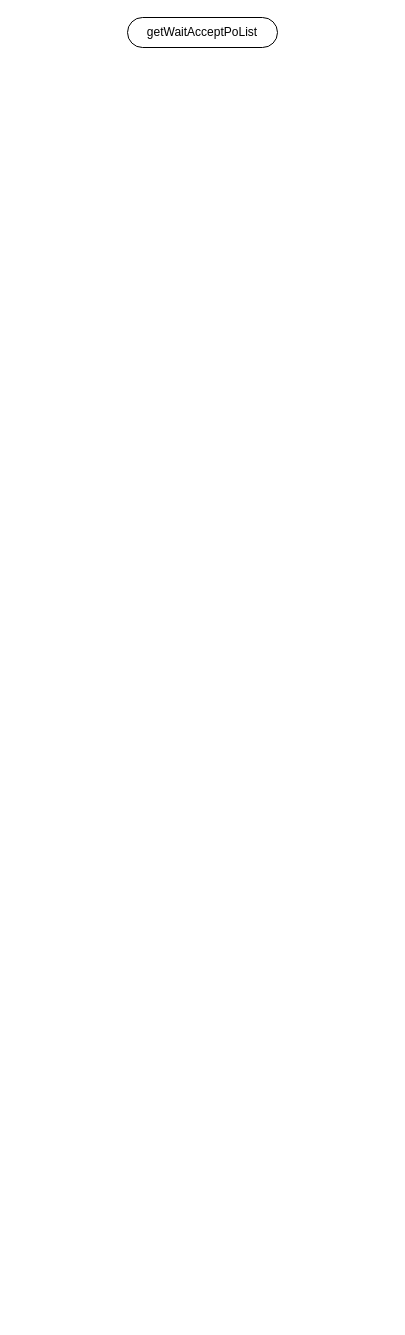
This is 待接单PO列表.drawio from yi2003/diagram, a draw.io file, before an edit. Source tidied: cells renumbered, new cells numbered last; positions are measured from the earlier drawing's top-left corner, leaving out a move shared by most shapes. Both pictures are drawn from the tidied source at 100%, with x=0, y=0 at pixel (127, 17).
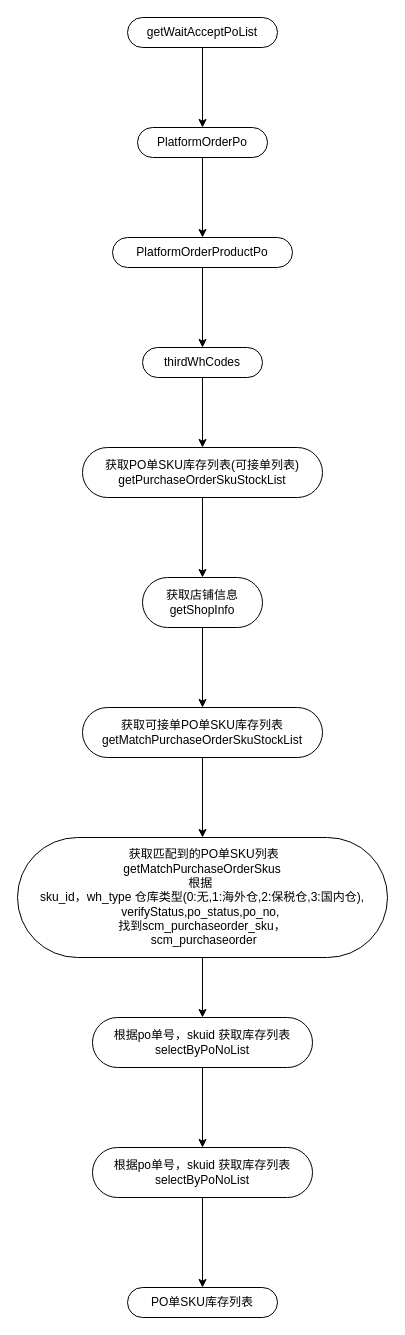
The same diagram, later.

Commit message:
Update 待接单PO列表.drawio

Unchanged cells that the change refers to:
```xml
<mxCell id="2" value="getWaitAcceptPoList" style="whiteSpace=wrap;html=1;rounded=1;arcSize=50;align=center;verticalAlign=middle;strokeWidth=1;spacing=4;newEdgeStyle={&quot;edgeStyle&quot;:&quot;entityRelationEdgeStyle&quot;,&quot;startArrow&quot;:&quot;none&quot;,&quot;endArrow&quot;:&quot;none&quot;,&quot;segment&quot;:10,&quot;curved&quot;:1};direction=west;" parent="1" vertex="1">
  <mxGeometry width="150" height="30" as="geometry" />
</mxCell>
```

Diff of the diagram source:
```diff
@@
+    <mxCell id="3" style="edgeStyle=orthogonalEdgeStyle;rounded=0;jettySize=auto;html=1;" parent="1" edge="1" source="2" target="5">
+      <mxGeometry relative="1" as="geometry" />
+    </mxCell>
@@
+    <mxCell id="4" style="edgeStyle=orthogonalEdgeStyle;rounded=0;jettySize=auto;html=1;" parent="1" edge="1" source="5" target="7">
+      <mxGeometry relative="1" as="geometry" />
+    </mxCell>
+    <mxCell id="5" value="PlatformOrderPo" style="whiteSpace=wrap;html=1;rounded=1;arcSize=50;align=center;verticalAlign=middle;strokeWidth=1;spacing=4;newEdgeStyle={&quot;edgeStyle&quot;:&quot;entityRelationEdgeStyle&quot;,&quot;startArrow&quot;:&quot;none&quot;,&quot;endArrow&quot;:&quot;none&quot;,&quot;segment&quot;:10,&quot;curved&quot;:1};direction=west;" parent="1" vertex="1">
+      <mxGeometry x="10" y="110" width="130" height="30" as="geometry" />
+    </mxCell>
+    <mxCell id="6" style="edgeStyle=orthogonalEdgeStyle;rounded=0;jettySize=auto;html=1;" parent="1" edge="1" source="7" target="9">
+      <mxGeometry relative="1" as="geometry" />
+    </mxCell>
+    <mxCell id="7" value="PlatformOrderProductPo" style="whiteSpace=wrap;html=1;rounded=1;arcSize=50;align=center;verticalAlign=middle;strokeWidth=1;spacing=4;newEdgeStyle={&quot;edgeStyle&quot;:&quot;entityRelationEdgeStyle&quot;,&quot;startArrow&quot;:&quot;none&quot;,&quot;endArrow&quot;:&quot;none&quot;,&quot;segment&quot;:10,&quot;curved&quot;:1};direction=west;" parent="1" vertex="1">
+      <mxGeometry x="-15" y="220" width="180" height="30" as="geometry" />
+    </mxCell>
+    <mxCell id="8" style="edgeStyle=orthogonalEdgeStyle;rounded=0;jettySize=auto;html=1;" parent="1" edge="1" source="9" target="11">
+      <mxGeometry relative="1" as="geometry" />
+    </mxCell>
+    <mxCell id="9" value="thirdWhCodes" style="whiteSpace=wrap;html=1;rounded=1;arcSize=50;align=center;verticalAlign=middle;strokeWidth=1;spacing=4;newEdgeStyle={&quot;edgeStyle&quot;:&quot;entityRelationEdgeStyle&quot;,&quot;startArrow&quot;:&quot;none&quot;,&quot;endArrow&quot;:&quot;none&quot;,&quot;segment&quot;:10,&quot;curved&quot;:1};direction=west;" parent="1" vertex="1">
+      <mxGeometry x="15" y="330" width="120" height="30" as="geometry" />
+    </mxCell>
+    <mxCell id="10" style="edgeStyle=orthogonalEdgeStyle;rounded=0;jettySize=auto;html=1;" parent="1" edge="1" source="11" target="13">
+      <mxGeometry relative="1" as="geometry" />
+    </mxCell>
+    <mxCell id="11" value="获取PO单SKU库存列表(可接单列表)&lt;br&gt;getPurchaseOrderSkuStockList&lt;br&gt;" style="whiteSpace=wrap;html=1;rounded=1;arcSize=50;align=center;verticalAlign=middle;strokeWidth=1;spacing=4;newEdgeStyle={&quot;edgeStyle&quot;:&quot;entityRelationEdgeStyle&quot;,&quot;startArrow&quot;:&quot;none&quot;,&quot;endArrow&quot;:&quot;none&quot;,&quot;segment&quot;:10,&quot;curved&quot;:1};direction=west;" parent="1" vertex="1">
+      <mxGeometry x="-45" y="430" width="240" height="50" as="geometry" />
+    </mxCell>
+    <mxCell id="12" style="edgeStyle=orthogonalEdgeStyle;rounded=0;jettySize=auto;html=1;" parent="1" edge="1" source="13" target="15">
+      <mxGeometry relative="1" as="geometry" />
+    </mxCell>
+    <mxCell id="13" value="获取店铺信息&lt;br&gt;getShopInfo" style="whiteSpace=wrap;html=1;rounded=1;arcSize=50;align=center;verticalAlign=middle;strokeWidth=1;spacing=4;newEdgeStyle={&quot;edgeStyle&quot;:&quot;entityRelationEdgeStyle&quot;,&quot;startArrow&quot;:&quot;none&quot;,&quot;endArrow&quot;:&quot;none&quot;,&quot;segment&quot;:10,&quot;curved&quot;:1};direction=west;" parent="1" vertex="1">
+      <mxGeometry x="15" y="560" width="120" height="50" as="geometry" />
+    </mxCell>
+    <mxCell id="14" style="edgeStyle=orthogonalEdgeStyle;rounded=0;jettySize=auto;html=1;" parent="1" edge="1" source="15" target="17">
+      <mxGeometry relative="1" as="geometry" />
+    </mxCell>
+    <mxCell id="15" value="&lt;div&gt;获取可接单PO单SKU库存列表&lt;/div&gt;&lt;div&gt;getMatchPurchaseOrderSkuStockList&lt;/div&gt;" style="whiteSpace=wrap;html=1;rounded=1;arcSize=50;align=center;verticalAlign=middle;strokeWidth=1;spacing=4;newEdgeStyle={&quot;edgeStyle&quot;:&quot;entityRelationEdgeStyle&quot;,&quot;startArrow&quot;:&quot;none&quot;,&quot;endArrow&quot;:&quot;none&quot;,&quot;segment&quot;:10,&quot;curved&quot;:1};direction=west;" parent="1" vertex="1">
+      <mxGeometry x="-45" y="690" width="240" height="50" as="geometry" />
+    </mxCell>
+    <mxCell id="16" style="edgeStyle=orthogonalEdgeStyle;rounded=0;jettySize=auto;html=1;" parent="1" edge="1" source="17" target="19">
+      <mxGeometry relative="1" as="geometry" />
+    </mxCell>
+    <mxCell id="17" value="&lt;div&gt;&amp;nbsp;获取匹配到的PO单SKU列表&lt;span style=&quot;&quot;&gt; &lt;/span&gt;&lt;/div&gt;&lt;div&gt;getMatchPurchaseOrderSkus&lt;/div&gt;&lt;div&gt;&lt;div&gt;根据&amp;nbsp;&lt;/div&gt;&lt;div&gt;sku_id，wh_type 仓库类型(0:无,1:海外仓,2:保税仓,3:国内仓),&lt;/div&gt;&lt;div&gt;verifyStatus,po_status,po_no,&amp;nbsp;&lt;/div&gt;&lt;div&gt;找到scm_purchaseorder_sku，&lt;/div&gt;&lt;div&gt;&amp;nbsp;scm_purchaseorder&lt;/div&gt;&lt;/div&gt;" style="whiteSpace=wrap;html=1;rounded=1;arcSize=50;align=center;verticalAlign=middle;strokeWidth=1;spacing=4;newEdgeStyle={&quot;edgeStyle&quot;:&quot;entityRelationEdgeStyle&quot;,&quot;startArrow&quot;:&quot;none&quot;,&quot;endArrow&quot;:&quot;none&quot;,&quot;segment&quot;:10,&quot;curved&quot;:1};direction=west;" parent="1" vertex="1">
+      <mxGeometry x="-110" y="820" width="370" height="120" as="geometry" />
+    </mxCell>
+    <mxCell id="18" style="edgeStyle=orthogonalEdgeStyle;rounded=0;jettySize=auto;html=1;" parent="1" edge="1" source="19" target="21">
+      <mxGeometry relative="1" as="geometry" />
+    </mxCell>
+    <mxCell id="19" value="&lt;div&gt;根据po单号，skuid 获取库存列表&lt;/div&gt;&lt;div&gt;selectByPoNoList&lt;/div&gt;" style="whiteSpace=wrap;html=1;rounded=1;arcSize=50;align=center;verticalAlign=middle;strokeWidth=1;spacing=4;newEdgeStyle={&quot;edgeStyle&quot;:&quot;entityRelationEdgeStyle&quot;,&quot;startArrow&quot;:&quot;none&quot;,&quot;endArrow&quot;:&quot;none&quot;,&quot;segment&quot;:10,&quot;curved&quot;:1};direction=west;" parent="1" vertex="1">
+      <mxGeometry x="-35" y="1000" width="220" height="50" as="geometry" />
+    </mxCell>
+    <mxCell id="20" style="edgeStyle=orthogonalEdgeStyle;rounded=0;jettySize=auto;html=1;" parent="1" edge="1" source="21" target="22">
+      <mxGeometry relative="1" as="geometry" />
+    </mxCell>
+    <mxCell id="21" value="&lt;div&gt;根据po单号，skuid 获取库存列表&lt;/div&gt;&lt;div&gt;selectByPoNoList&lt;/div&gt;" style="whiteSpace=wrap;html=1;rounded=1;arcSize=50;align=center;verticalAlign=middle;strokeWidth=1;spacing=4;newEdgeStyle={&quot;edgeStyle&quot;:&quot;entityRelationEdgeStyle&quot;,&quot;startArrow&quot;:&quot;none&quot;,&quot;endArrow&quot;:&quot;none&quot;,&quot;segment&quot;:10,&quot;curved&quot;:1};direction=west;" parent="1" vertex="1">
+      <mxGeometry x="-35" y="1130" width="220" height="50" as="geometry" />
+    </mxCell>
+    <mxCell id="22" value="PO单SKU库存列表" style="whiteSpace=wrap;html=1;rounded=1;arcSize=50;align=center;verticalAlign=middle;strokeWidth=1;spacing=4;newEdgeStyle={&quot;edgeStyle&quot;:&quot;entityRelationEdgeStyle&quot;,&quot;startArrow&quot;:&quot;none&quot;,&quot;endArrow&quot;:&quot;none&quot;,&quot;segment&quot;:10,&quot;curved&quot;:1};direction=west;" parent="1" vertex="1">
+      <mxGeometry y="1270" width="150" height="30" as="geometry" />
+    </mxCell>
```
